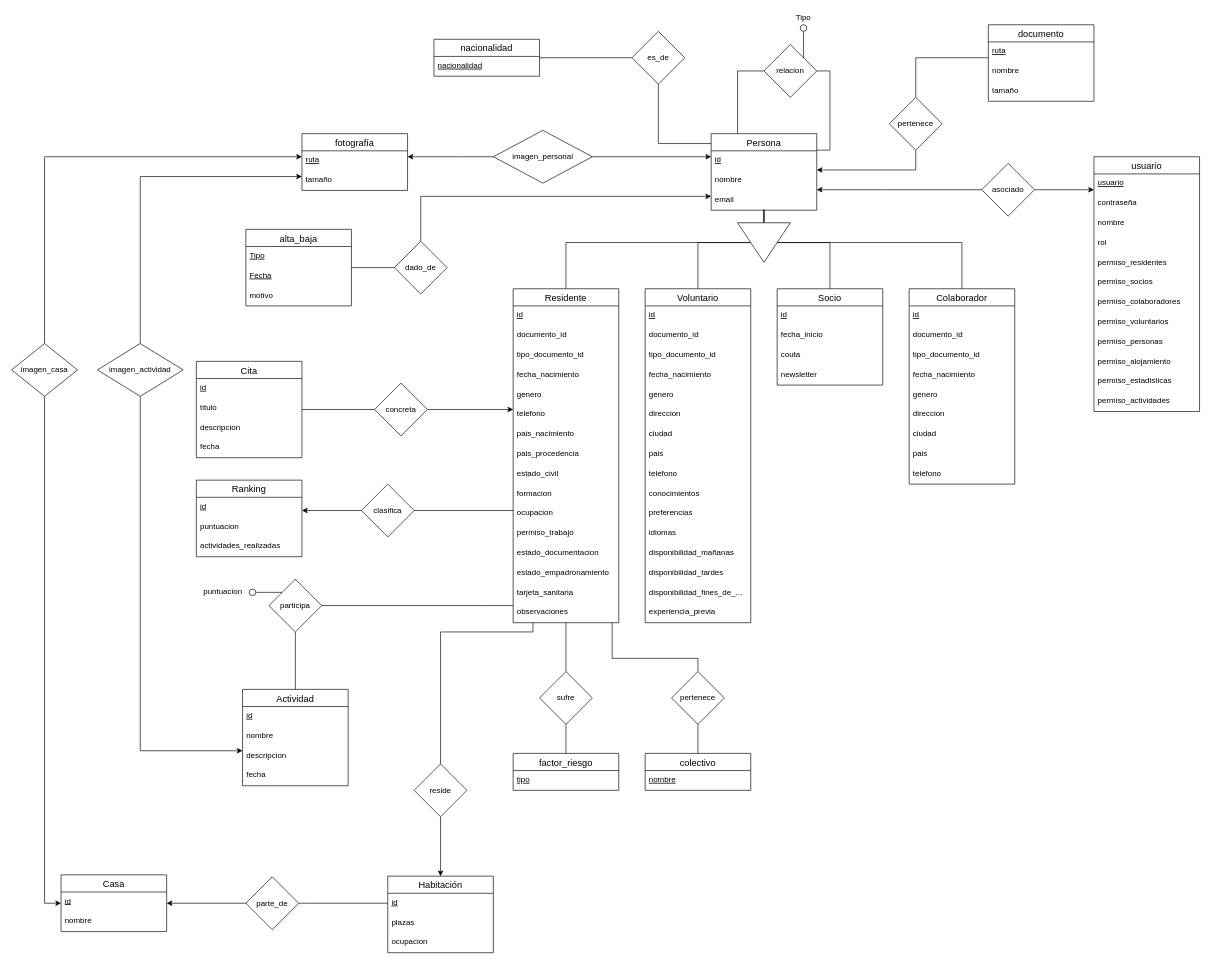
Before: diseno/base_de_datos/ER.drawio in corderop/TFG, a draw.io diagram. Source tidied: cells renumbered, new cells numbered last; positions are measured from the earlier drawing's top-left corner, leaving out a move shared by most shapes. Both pictures are drawn from the tidied source at 66%, with x=0, y=0 at pixel (11, 11).
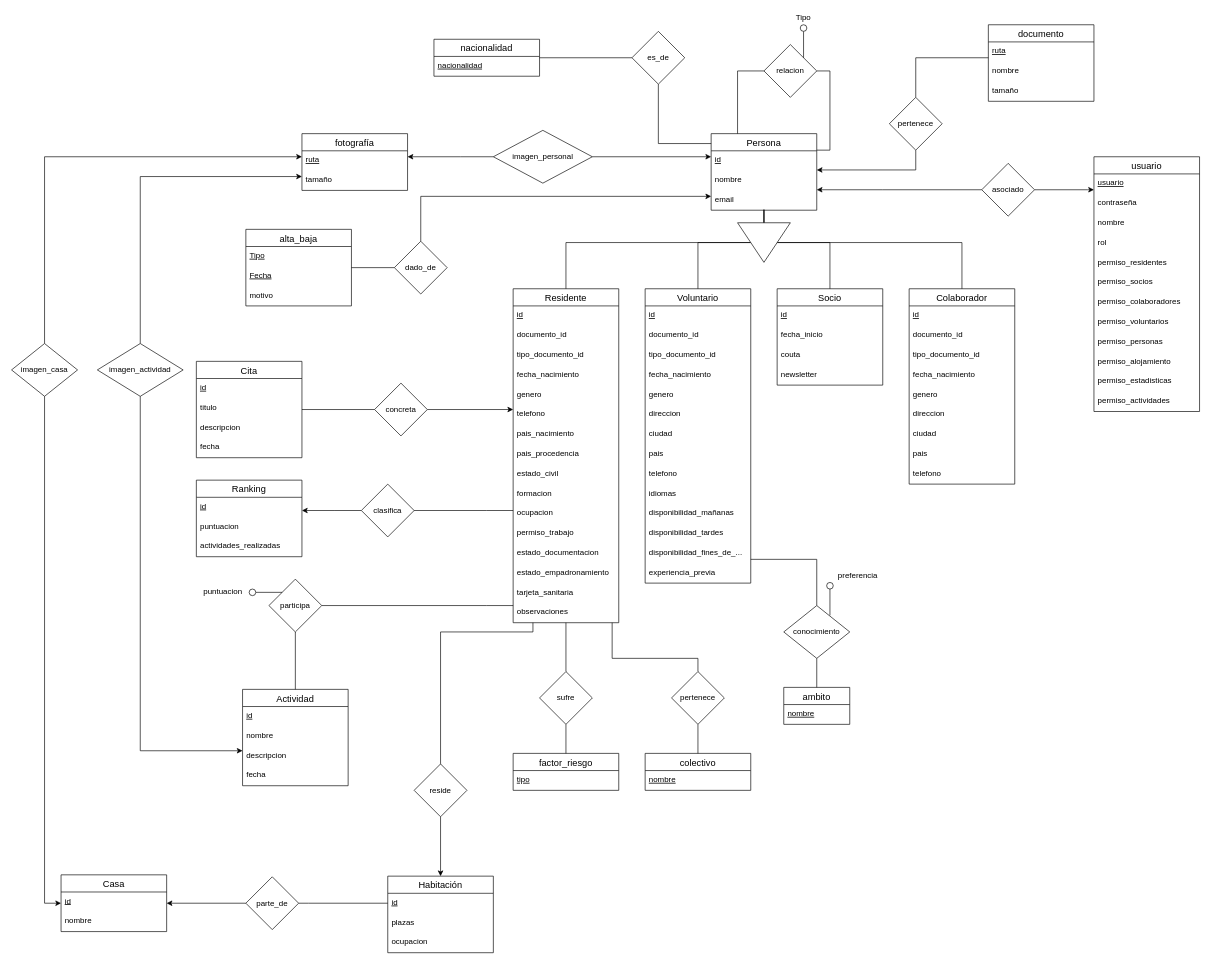
Above is the later version.

Commit message (it also covers changes not shown here):
diseno: 🐛 Conocimientos y preferencias como objeto

Change to the diagram source:
```diff
@@
     <mxCell id="7" value="Voluntario" style="swimlane;fontStyle=0;horizontal=1;startSize=26;align=center;fontSize=14;" parent="1" vertex="1">
-      <mxGeometry x="960" y="420" width="160" height="506" as="geometry" />
+      <mxGeometry x="960" y="420" width="160" height="446" as="geometry" />
     </mxCell>
@@
-    <mxCell id="17" value="conocimientos" style="text;strokeColor=none;fillColor=none;spacingLeft=4;spacingRight=4;overflow=hidden;fontSize=12;" parent="7" vertex="1">
-      <mxGeometry y="296" width="160" height="30" as="geometry" />
-    </mxCell>
-    <mxCell id="18" value="preferencias" style="text;strokeColor=none;fillColor=none;spacingLeft=4;spacingRight=4;overflow=hidden;fontSize=12;" parent="7" vertex="1">
-      <mxGeometry y="326" width="160" height="30" as="geometry" />
-    </mxCell>
     <mxCell id="19" value="idiomas" style="text;strokeColor=none;fillColor=none;spacingLeft=4;spacingRight=4;overflow=hidden;fontSize=12;" parent="7" vertex="1">
-      <mxGeometry y="356" width="160" height="30" as="geometry" />
+      <mxGeometry y="296" width="160" height="30" as="geometry" />
     </mxCell>
     <mxCell id="20" value="disponibilidad_mañanas" style="text;strokeColor=none;fillColor=none;spacingLeft=4;spacingRight=4;overflow=hidden;fontSize=12;" parent="7" vertex="1">
-      <mxGeometry y="386" width="160" height="30" as="geometry" />
+      <mxGeometry y="326" width="160" height="30" as="geometry" />
     </mxCell>
     <mxCell id="21" value="disponibilidad_tardes" style="text;strokeColor=none;fillColor=none;spacingLeft=4;spacingRight=4;overflow=hidden;fontSize=12;" parent="7" vertex="1">
-      <mxGeometry y="416" width="160" height="30" as="geometry" />
+      <mxGeometry y="356" width="160" height="30" as="geometry" />
     </mxCell>
     <mxCell id="22" value="disponibilidad_fines_de_..." style="text;strokeColor=none;fillColor=none;spacingLeft=4;spacingRight=4;overflow=hidden;fontSize=12;" parent="7" vertex="1">
-      <mxGeometry y="446" width="160" height="30" as="geometry" />
+      <mxGeometry y="386" width="160" height="30" as="geometry" />
     </mxCell>
     <mxCell id="23" value="experiencia_previa" style="text;strokeColor=none;fillColor=none;spacingLeft=4;spacingRight=4;overflow=hidden;fontSize=12;" parent="7" vertex="1">
-      <mxGeometry y="476" width="160" height="30" as="geometry" />
+      <mxGeometry y="416" width="160" height="30" as="geometry" />
     </mxCell>
@@
+    <mxCell id="164" value="ambito" style="swimlane;fontStyle=0;horizontal=1;startSize=26;align=center;fontSize=14;" parent="1" vertex="1">
+      <mxGeometry x="1170" y="1024" width="100" height="56" as="geometry" />
+    </mxCell>
+    <mxCell id="165" value="nombre" style="text;strokeColor=none;fillColor=none;spacingLeft=4;spacingRight=4;overflow=hidden;fontSize=12;fontStyle=4;" parent="164" vertex="1">
+      <mxGeometry y="26" width="100" height="30" as="geometry" />
+    </mxCell>
+    <mxCell id="166" style="edgeStyle=orthogonalEdgeStyle;rounded=0;jettySize=auto;html=1;entryX=0.5;entryY=0;entryDx=0;entryDy=0;endArrow=none;endFill=0;" parent="1" edge="1" source="168" target="164">
+      <mxGeometry relative="1" as="geometry" />
+    </mxCell>
+    <mxCell id="167" style="edgeStyle=orthogonalEdgeStyle;rounded=0;jettySize=auto;html=1;endArrow=none;endFill=0;" parent="1" edge="1" source="168" target="7">
+      <mxGeometry relative="1" as="geometry">
+        <Array as="points">
+          <mxPoint x="1220" y="830" />
+        </Array>
+      </mxGeometry>
+    </mxCell>
+    <mxCell id="168" value="conocimiento" style="rhombus;whiteSpace=wrap;html=1;" parent="1" vertex="1">
+      <mxGeometry x="1170" y="900" width="100" height="80" as="geometry" />
+    </mxCell>
+    <mxCell id="169" style="endArrow=none;html=1;exitX=1;exitY=0;exitDx=0;exitDy=0;" parent="1" edge="1">
+      <mxGeometry relative="1" as="geometry">
+        <mxPoint x="1240" y="915" as="sourcePoint" />
+        <mxPoint x="1240" y="875" as="targetPoint" />
+      </mxGeometry>
+    </mxCell>
+    <mxCell id="170" style="ellipse;whiteSpace=wrap;html=1;" parent="1" vertex="1">
+      <mxGeometry x="1235" y="865" width="10" height="10" as="geometry" />
+    </mxCell>
+    <mxCell id="171" value="preferencia" style="text;html=1;strokeColor=none;fillColor=none;align=center;verticalAlign=middle;whiteSpace=wrap;rounded=0;" parent="1" vertex="1">
+      <mxGeometry x="1245" y="845" width="75" height="20" as="geometry" />
+    </mxCell>
```
